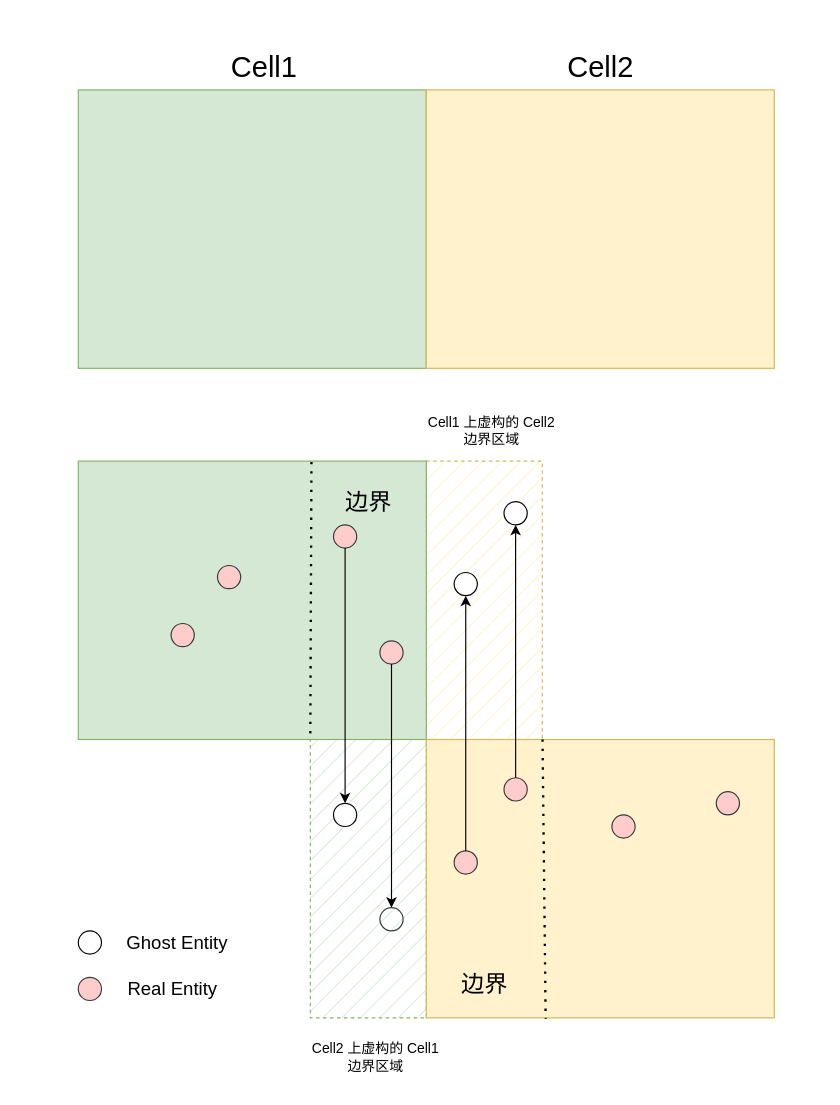
Above: big-world-scale-ghosting.drawio in antsmallant/MyDraw (draw.io), before the change. Source tidied: cells renumbered, new cells numbered last; positions are measured from the earlier drawing's top-left corner, leaving out a move shared by most shapes. Both pictures are drawn from the tidied source at 116%, with x=0, y=0 at pixel (20, 20).
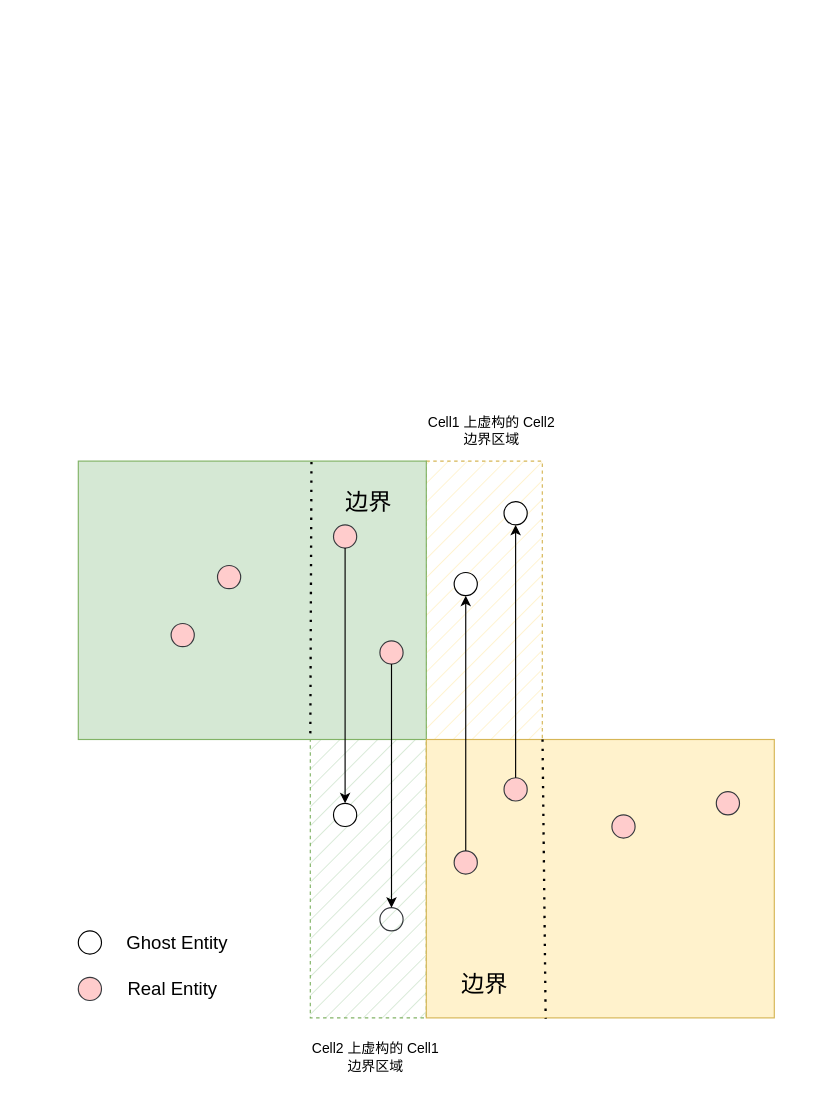
After the change.

What changed in the source:
```diff
@@
     <mxCell id="2" style="rounded=0;whiteSpace=wrap;html=1;fillColor=none;strokeColor=none;" parent="1" vertex="1">
-      <mxGeometry width="690" height="919" as="geometry" />
+      <mxGeometry y="279" width="690" height="640" as="geometry" />
     </mxCell>
@@
-    <mxCell id="13" style="rounded=0;whiteSpace=wrap;html=1;fillColor=#d5e8d4;strokeColor=#82b366;" parent="1" vertex="1">
-      <mxGeometry x="50" y="60" width="300" height="240" as="geometry" />
-    </mxCell>
-    <mxCell id="14" style="rounded=0;whiteSpace=wrap;html=1;fillColor=#fff2cc;strokeColor=#d6b656;" parent="1" vertex="1">
-      <mxGeometry x="350" y="60" width="300" height="240" as="geometry" />
-    </mxCell>
-    <mxCell id="15" value="Cell1" style="text;html=1;align=center;verticalAlign=middle;strokeColor=none;fillColor=none;fontSize=25;" parent="1" vertex="1">
-      <mxGeometry x="170" y="19" width="80" height="40" as="geometry" />
-    </mxCell>
-    <mxCell id="16" value="Cell2" style="text;html=1;align=center;verticalAlign=middle;strokeColor=none;fillColor=none;fontSize=25;" parent="1" vertex="1">
-      <mxGeometry x="460" y="19" width="80" height="40" as="geometry" />
-    </mxCell>
```
